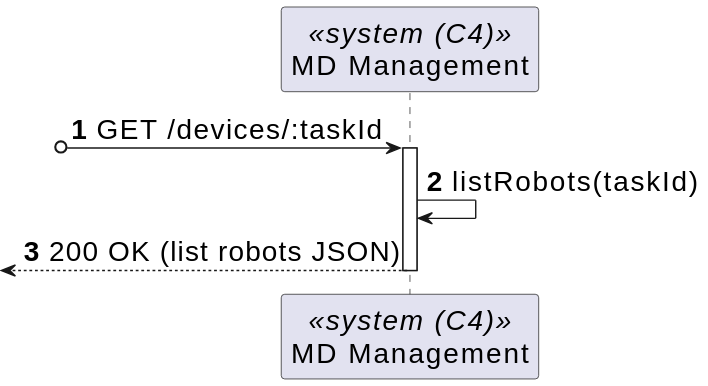
Before: _wiki/sprint-a/us22-390/views/level-2/assets/process-view.svg, a diagram exported from PlantUML (miseEnPlace-dev/lapr5). Source of this version:
```plantuml
@startuml
skinparamlocked defaultFontSize 20
autonumber

participant SYS as "MD Management" <<system (C4)>>


?o-> SYS : GET /devices/:taskId
activate SYS

SYS -> SYS : listRobots(taskId)
<-- SYS : 200 OK (list robots JSON)
deactivate SYS
@enduml
```
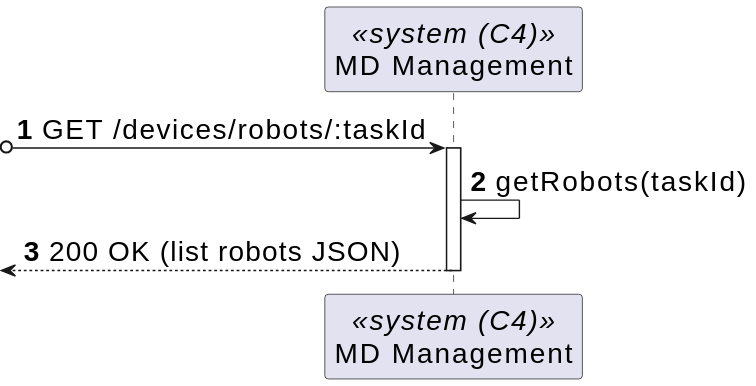
The same file after the commit.

Diff of the diagram source:
```diff
@@ -5,10 +5,10 @@
 participant SYS as "MD Management" <<system (C4)>>
 
 
-?o-> SYS : GET /devices/:taskId
+?o-> SYS : GET /devices/robots/:taskId
 activate SYS
 
-SYS -> SYS : listRobots(taskId)
+SYS -> SYS : getRobots(taskId)
 <-- SYS : 200 OK (list robots JSON)
 deactivate SYS
 @enduml
```
